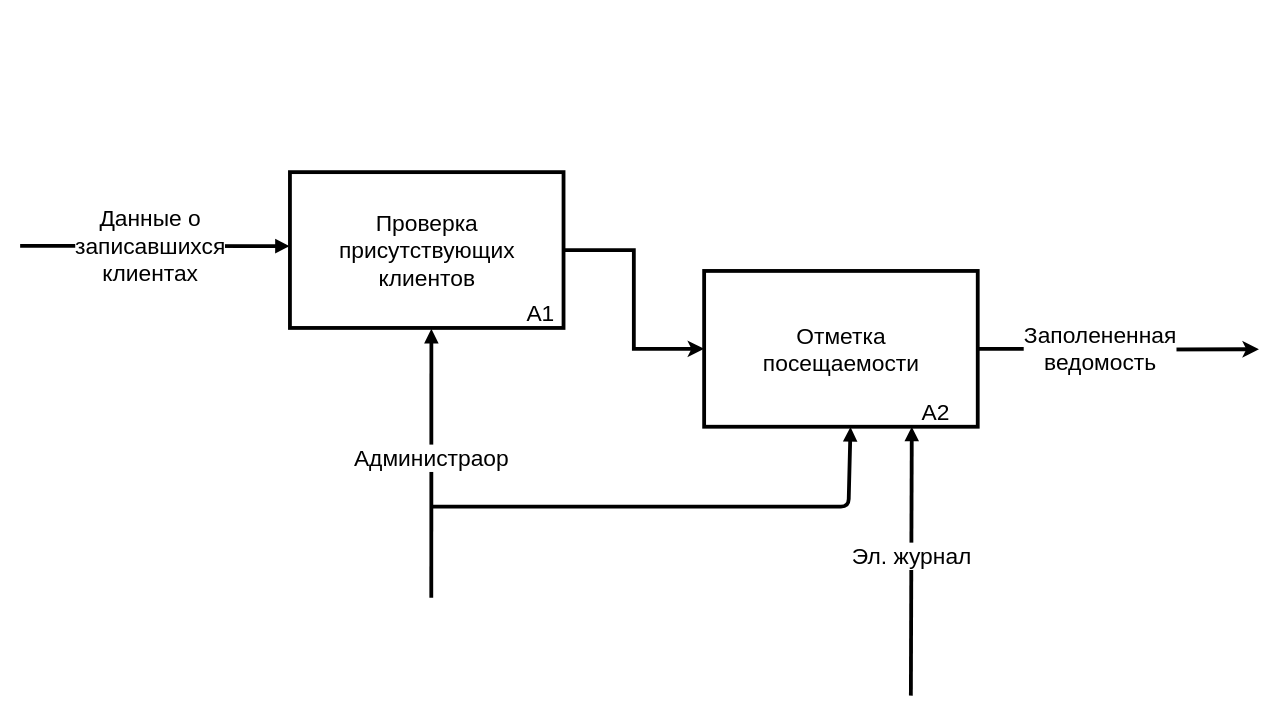
The draw.io diagram AS_IS2.drawio in kirillgladkih/diplom, before the edit. Source tidied: cells renumbered, new cells numbered last; positions are measured from the earlier drawing's top-left corner, leaving out a move shared by most shapes. Both pictures are drawn from the tidied source at 76%, with x=0, y=0 at pixel (20, 172).
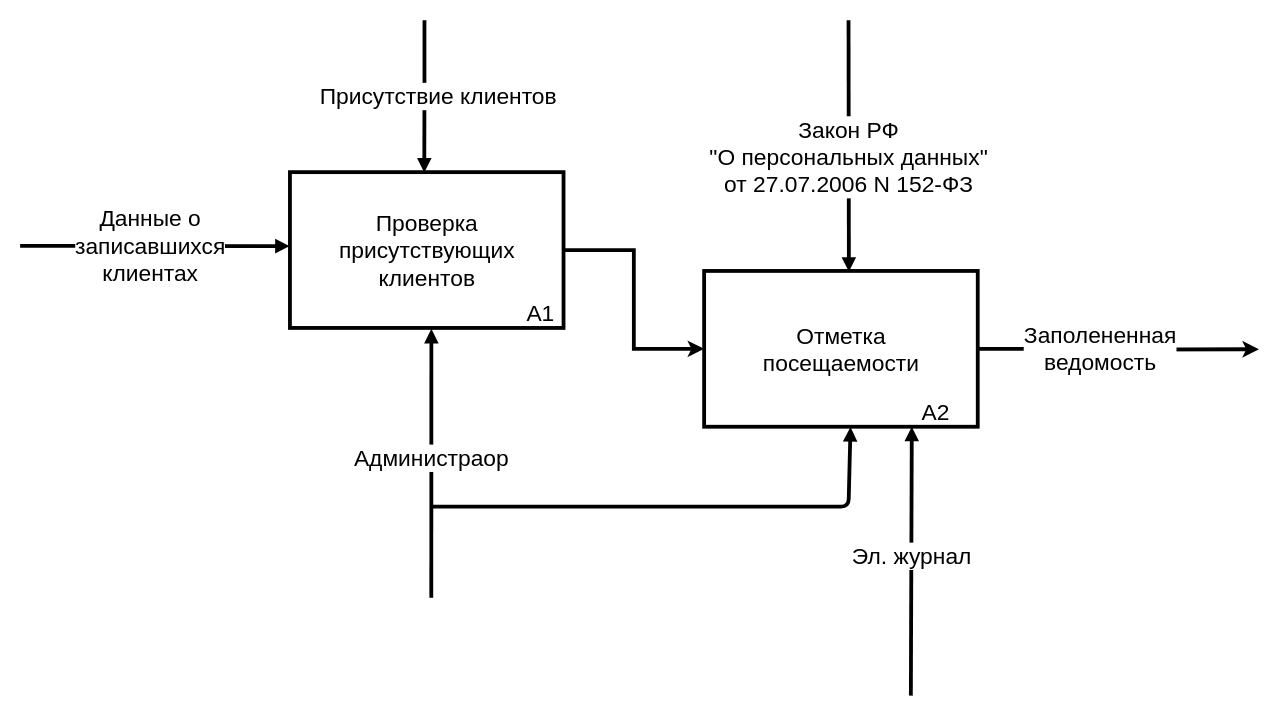
After the change.

Unchanged cells that the change refers to:
```xml
<mxCell id="3" value="&lt;div style=&quot;font-size: 30px&quot;&gt;&lt;font style=&quot;font-size: 30px&quot;&gt;Проверка &lt;br&gt;&lt;/font&gt;&lt;/div&gt;&lt;div style=&quot;font-size: 30px&quot;&gt;&lt;font style=&quot;font-size: 30px&quot;&gt;присутствующих&lt;/font&gt;&lt;/div&gt;&lt;div style=&quot;font-size: 30px&quot;&gt;&lt;font style=&quot;font-size: 30px&quot;&gt;клиентов&lt;br&gt;&lt;/font&gt;&lt;/div&gt;" style="html=1;strokeWidth=5;" parent="1" vertex="1">
  <mxGeometry x="355" width="360" height="205" as="geometry" />
</mxCell>
<mxCell id="6" value="&lt;div&gt;&lt;font style=&quot;font-size: 30px&quot;&gt;Отметка &lt;br&gt;&lt;/font&gt;&lt;/div&gt;&lt;div&gt;&lt;font style=&quot;font-size: 30px&quot;&gt;посещаемости&lt;br&gt;&lt;/font&gt;&lt;/div&gt;" style="html=1;strokeWidth=5;" parent="5" vertex="1">
  <mxGeometry x="30" width="360" height="205" as="geometry" />
</mxCell>
```

Diff of the diagram source:
```diff
@@
+    <mxCell id="14" value="&lt;font style=&quot;font-size: 30px&quot;&gt;Присутствие клиентов &lt;/font&gt;" style="endArrow=block;endFill=1;endSize=6;html=1;strokeWidth=5;entryX=0.491;entryY=0.003;entryDx=0;entryDy=0;entryPerimeter=0;" parent="1" edge="1" target="3">
+      <mxGeometry y="18" relative="1" as="geometry">
+        <mxPoint x="532" y="-200" as="sourcePoint" />
+        <Array as="points">
+          <mxPoint x="532" y="-110" />
+        </Array>
+      </mxGeometry>
+    </mxCell>
+    <mxCell id="15" value="&lt;font style=&quot;font-size: 30px&quot;&gt;&lt;div&gt;Закон РФ&lt;/div&gt;&lt;div&gt;&quot;О персональных данных&quot;&lt;/div&gt;&lt;div&gt;от 27.07.2006 N 152-ФЗ&lt;/div&gt;&lt;/font&gt;" style="endArrow=block;endFill=1;endSize=6;html=1;strokeWidth=5;entryX=0.529;entryY=0.005;entryDx=0;entryDy=0;entryPerimeter=0;" parent="1" edge="1" target="6">
+      <mxGeometry x="0.09" relative="1" as="geometry">
+        <mxPoint x="1090" y="-200" as="sourcePoint" />
+      </mxGeometry>
+    </mxCell>
```
